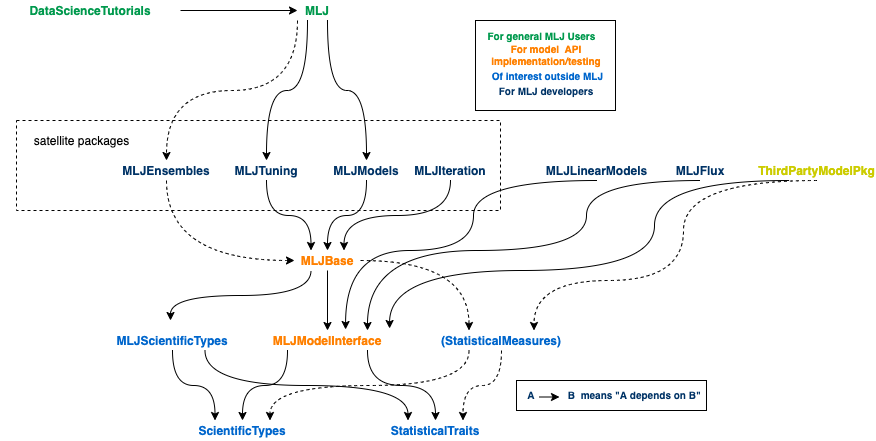
Above: material/MLJ_stack.png in JuliaAI/MLJ.jl (draw.io), before the change. Source tidied: cells renumbered, new cells last; positions are measured from the earlier drawing's top-left corner, leaving out a move shared by most shapes.
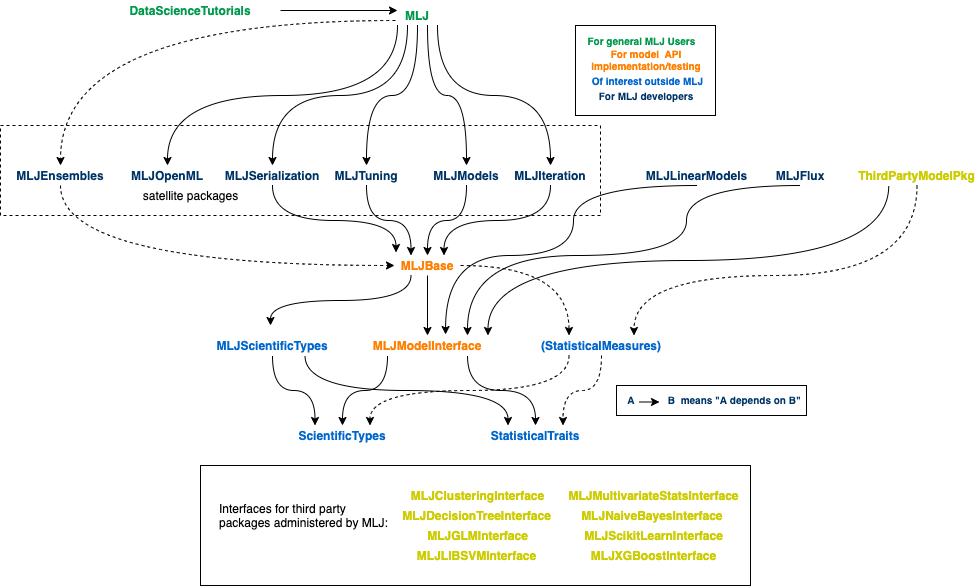
The same file after the commit.

Commit message:
update MLJ_stack images

Diff of the diagram source:
```diff
@@ -2,8 +2,11 @@
   <root>
     <mxCell id="0" />
     <mxCell id="1" parent="0" />
+    <mxCell id="52" style="rounded=0;whiteSpace=wrap;html=1;align=left;" parent="1" vertex="1">
+      <mxGeometry x="100" y="460" width="550" height="120" as="geometry" />
+    </mxCell>
     <mxCell id="2" style="rounded=0;whiteSpace=wrap;html=1;fillColor=none;dashed=1;strokeColor=#000000;" parent="1" vertex="1">
-      <mxGeometry x="16" y="120" width="484" height="90" as="geometry" />
+      <mxGeometry x="-100" y="120" width="600" height="90" as="geometry" />
     </mxCell>
     <mxCell id="3" value="&lt;b&gt;&lt;font color=&quot;#ff8000&quot;&gt;MLJModelInterface&lt;/font&gt;&lt;/b&gt;" style="text;html=1;strokeColor=none;fillColor=none;align=center;verticalAlign=middle;whiteSpace=wrap;rounded=0;comic=1;" parent="1" vertex="1">
       <mxGeometry x="247" y="330" width="160" height="20" as="geometry" />
@@ -54,34 +57,38 @@
     <mxCell id="16" value="&lt;b&gt;&lt;font color=&quot;#003366&quot;&gt;MLJLinearModels&lt;/font&gt;&lt;/b&gt;" style="text;html=1;strokeColor=none;fillColor=none;align=center;verticalAlign=middle;whiteSpace=wrap;rounded=0;comic=1;" parent="1" vertex="1">
       <mxGeometry x="540" y="160" width="113" height="20" as="geometry" />
     </mxCell>
-    <mxCell id="17" style="edgeStyle=orthogonalEdgeStyle;curved=1;rounded=0;jettySize=auto;html=1;exitX=0.25;exitY=1;exitDx=0;exitDy=0;entryX=0.888;entryY=-0.1;entryDx=0;entryDy=0;entryPerimeter=0;fontSize=10;" parent="1" edge="1" source="19" target="3">
-      <mxGeometry relative="1" as="geometry">
-        <Array as="points">
-          <mxPoint x="654" y="270" />
-          <mxPoint x="389" y="270" />
-        </Array>
-      </mxGeometry>
+    <mxCell id="17" style="edgeStyle=orthogonalEdgeStyle;curved=1;rounded=0;jettySize=auto;html=1;exitX=0.25;exitY=1;exitDx=0;exitDy=0;entryX=0.878;entryY=0;entryDx=0;entryDy=0;entryPerimeter=0;" parent="1" edge="1" source="19" target="3">
+      <mxGeometry relative="1" as="geometry" />
     </mxCell>
-    <mxCell id="18" style="edgeStyle=orthogonalEdgeStyle;curved=1;rounded=0;jettySize=auto;html=1;exitX=0.5;exitY=1;exitDx=0;exitDy=0;entryX=0.75;entryY=0;entryDx=0;entryDy=0;dashed=1;fontSize=10;" parent="1" edge="1" source="19" target="26">
+    <mxCell id="18" style="edgeStyle=orthogonalEdgeStyle;curved=1;rounded=0;jettySize=auto;html=1;exitX=0.5;exitY=1;exitDx=0;exitDy=0;entryX=0.75;entryY=0;entryDx=0;entryDy=0;dashed=1;" parent="1" edge="1" source="19" target="26">
       <mxGeometry relative="1" as="geometry">
         <Array as="points">
-          <mxPoint x="683" y="280" />
-          <mxPoint x="534" y="280" />
+          <mxPoint x="817" y="270" />
+          <mxPoint x="534" y="270" />
         </Array>
       </mxGeometry>
     </mxCell>
     <mxCell id="19" value="&lt;b&gt;&lt;font color=&quot;#cccc00&quot;&gt;ThirdPartyModelPkg&lt;/font&gt;&lt;/b&gt;" style="text;html=1;strokeColor=none;fillColor=none;align=center;verticalAlign=middle;whiteSpace=wrap;rounded=0;comic=1;" parent="1" vertex="1">
       <mxGeometry x="760" y="160" width="113" height="20" as="geometry" />
     </mxCell>
-    <mxCell id="20" style="edgeStyle=orthogonalEdgeStyle;curved=1;rounded=0;jettySize=auto;html=1;exitX=0.25;exitY=1;exitDx=0;exitDy=0;entryX=0.5;entryY=0;entryDx=0;entryDy=0;" parent="1" edge="1" source="23" target="12">
+    <mxCell id="20" style="edgeStyle=orthogonalEdgeStyle;curved=1;rounded=0;jettySize=auto;html=1;exitX=0.5;exitY=1;exitDx=0;exitDy=0;entryX=0.5;entryY=0;entryDx=0;entryDy=0;" parent="1" edge="1" source="23" target="12">
       <mxGeometry relative="1" as="geometry" />
     </mxCell>
-    <mxCell id="21" style="edgeStyle=orthogonalEdgeStyle;curved=1;rounded=0;jettySize=auto;html=1;exitX=0;exitY=1;exitDx=0;exitDy=0;entryX=0.5;entryY=0;entryDx=0;entryDy=0;dashed=1;" parent="1" edge="1" source="23" target="28">
+    <mxCell id="21" style="edgeStyle=orthogonalEdgeStyle;curved=1;rounded=0;jettySize=auto;html=1;exitX=-0.05;exitY=0.75;exitDx=0;exitDy=0;entryX=0.5;entryY=0;entryDx=0;entryDy=0;dashed=1;exitPerimeter=0;" parent="1" edge="1" source="23" target="28">
       <mxGeometry relative="1" as="geometry" />
     </mxCell>
     <mxCell id="22" style="edgeStyle=orthogonalEdgeStyle;curved=1;rounded=0;jettySize=auto;html=1;exitX=0.75;exitY=1;exitDx=0;exitDy=0;entryX=0.5;entryY=0;entryDx=0;entryDy=0;" parent="1" edge="1" source="23" target="14">
       <mxGeometry relative="1" as="geometry" />
     </mxCell>
+    <mxCell id="53" style="edgeStyle=orthogonalEdgeStyle;rounded=0;jettySize=auto;html=1;exitX=1;exitY=1;exitDx=0;exitDy=0;entryX=0.5;entryY=0;entryDx=0;entryDy=0;curved=1;" parent="1" edge="1" source="23" target="51">
+      <mxGeometry relative="1" as="geometry" />
+    </mxCell>
+    <mxCell id="54" style="edgeStyle=orthogonalEdgeStyle;curved=1;rounded=0;jettySize=auto;html=1;exitX=0;exitY=1;exitDx=0;exitDy=0;entryX=0.5;entryY=0;entryDx=0;entryDy=0;" parent="1" edge="1" source="23" target="56">
+      <mxGeometry relative="1" as="geometry" />
+    </mxCell>
+    <mxCell id="55" style="edgeStyle=orthogonalEdgeStyle;curved=1;rounded=0;jettySize=auto;html=1;exitX=0.25;exitY=1;exitDx=0;exitDy=0;" parent="1" edge="1" source="23" target="58">
+      <mxGeometry relative="1" as="geometry" />
+    </mxCell>
     <mxCell id="23" value="&lt;b&gt;&lt;font color=&quot;#00994d&quot;&gt;MLJ&lt;/font&gt;&lt;/b&gt;" style="text;html=1;strokeColor=none;fillColor=none;align=center;verticalAlign=middle;whiteSpace=wrap;rounded=0;comic=1;" parent="1" vertex="1">
       <mxGeometry x="297" width="40" height="20" as="geometry" />
     </mxCell>
@@ -98,13 +105,13 @@
       <mxGeometry relative="1" as="geometry" />
     </mxCell>
     <mxCell id="28" value="&lt;b&gt;&lt;font color=&quot;#003366&quot;&gt;MLJEnsembles&lt;/font&gt;&lt;/b&gt;" style="text;html=1;strokeColor=none;fillColor=none;align=center;verticalAlign=middle;whiteSpace=wrap;rounded=0;comic=1;" parent="1" vertex="1">
-      <mxGeometry x="126" y="160" width="80" height="20" as="geometry" />
+      <mxGeometry x="-80" y="160" width="80" height="20" as="geometry" />
     </mxCell>
-    <mxCell id="29" style="edgeStyle=orthogonalEdgeStyle;curved=1;rounded=0;jettySize=auto;html=1;exitX=1;exitY=0.5;exitDx=0;exitDy=0;entryX=0;entryY=0.5;entryDx=0;entryDy=0;" parent="1" edge="1" source="30" target="23">
+    <mxCell id="29" style="edgeStyle=orthogonalEdgeStyle;curved=1;rounded=0;jettySize=auto;html=1;exitX=1;exitY=0.5;exitDx=0;exitDy=0;entryX=0;entryY=0.25;entryDx=0;entryDy=0;" parent="1" edge="1" source="30" target="23">
       <mxGeometry relative="1" as="geometry" />
     </mxCell>
     <mxCell id="30" value="&lt;b&gt;&lt;font color=&quot;#00994d&quot;&gt;DataScienceTutorials&lt;br&gt;&lt;/font&gt;&lt;/b&gt;" style="text;html=1;strokeColor=none;fillColor=none;align=center;verticalAlign=middle;whiteSpace=wrap;rounded=0;comic=1;" parent="1" vertex="1">
-      <mxGeometry width="180" height="20" as="geometry" />
+      <mxGeometry y="-5" width="180" height="20" as="geometry" />
     </mxCell>
     <mxCell id="31" style="edgeStyle=orthogonalEdgeStyle;curved=1;rounded=0;jettySize=auto;html=1;exitX=0.5;exitY=1;exitDx=0;exitDy=0;entryX=0.75;entryY=0;entryDx=0;entryDy=0;" parent="1" edge="1" source="32" target="3">
       <mxGeometry relative="1" as="geometry">
@@ -118,7 +125,7 @@
       <mxGeometry x="650" y="160" width="100" height="20" as="geometry" />
     </mxCell>
     <mxCell id="33" value="satellite packages" style="text;html=1;align=center;verticalAlign=middle;" parent="1" vertex="1">
-      <mxGeometry x="26" y="130" width="110" height="20" as="geometry" />
+      <mxGeometry x="35" y="180" width="110" height="20" as="geometry" />
     </mxCell>
     <mxCell id="34" style="group;" parent="1" vertex="1">
       <mxGeometry x="516" y="380" width="190" height="30" as="geometry" />
@@ -177,5 +184,41 @@
     <mxCell id="51" value="&lt;b&gt;&lt;font color=&quot;#003366&quot;&gt;MLJIteration&lt;/font&gt;&lt;/b&gt;" style="text;html=1;strokeColor=none;fillColor=none;align=center;verticalAlign=middle;whiteSpace=wrap;rounded=0;comic=1;" parent="1" vertex="1">
       <mxGeometry x="400" y="160" width="100" height="20" as="geometry" />
     </mxCell>
+    <mxCell id="56" value="&lt;b&gt;&lt;font color=&quot;#003366&quot;&gt;MLJOpenML&lt;br&gt;&lt;/font&gt;&lt;/b&gt;" style="text;html=1;strokeColor=none;fillColor=none;align=center;verticalAlign=middle;whiteSpace=wrap;rounded=0;comic=1;" parent="1" vertex="1">
+      <mxGeometry x="27" y="160" width="80" height="20" as="geometry" />
+    </mxCell>
+    <mxCell id="57" style="edgeStyle=orthogonalEdgeStyle;curved=1;rounded=0;jettySize=auto;html=1;exitX=0.5;exitY=1;exitDx=0;exitDy=0;entryX=0.023;entryY=-0.15;entryDx=0;entryDy=0;entryPerimeter=0;" parent="1" edge="1" source="58" target="10">
+      <mxGeometry relative="1" as="geometry" />
+    </mxCell>
+    <mxCell id="58" value="&lt;b&gt;&lt;font color=&quot;#003366&quot;&gt;MLJSerialization&lt;br&gt;&lt;/font&gt;&lt;/b&gt;" style="text;html=1;strokeColor=none;fillColor=none;align=center;verticalAlign=middle;whiteSpace=wrap;rounded=0;comic=1;" parent="1" vertex="1">
+      <mxGeometry x="132" y="160" width="80" height="20" as="geometry" />
+    </mxCell>
+    <mxCell id="59" value="&lt;font color=&quot;#cccc00&quot;&gt;&lt;b&gt;MLJClusteringInterface&lt;/b&gt;&lt;/font&gt;" style="text;html=1;strokeColor=none;fillColor=none;align=center;verticalAlign=middle;whiteSpace=wrap;rounded=0;comic=1;" parent="1" vertex="1">
+      <mxGeometry x="320.5" y="480" width="113" height="20" as="geometry" />
+    </mxCell>
+    <mxCell id="60" value="&lt;font color=&quot;#cccc00&quot;&gt;&lt;b&gt;MLJDecisionTreeInterface&lt;/b&gt;&lt;/font&gt;" style="text;html=1;strokeColor=none;fillColor=none;align=center;verticalAlign=middle;whiteSpace=wrap;rounded=0;comic=1;" parent="1" vertex="1">
+      <mxGeometry x="320" y="500" width="113" height="20" as="geometry" />
+    </mxCell>
+    <mxCell id="61" value="&lt;font color=&quot;#cccc00&quot;&gt;&lt;b&gt;MLJGLMInterface&lt;/b&gt;&lt;/font&gt;" style="text;html=1;strokeColor=none;fillColor=none;align=center;verticalAlign=middle;whiteSpace=wrap;rounded=0;comic=1;" parent="1" vertex="1">
+      <mxGeometry x="320.5" y="520" width="113" height="20" as="geometry" />
+    </mxCell>
+    <mxCell id="62" value="&lt;font color=&quot;#cccc00&quot;&gt;&lt;b&gt;MLJLIBSVMInterface&lt;/b&gt;&lt;/font&gt;" style="text;html=1;strokeColor=none;fillColor=none;align=center;verticalAlign=middle;whiteSpace=wrap;rounded=0;comic=1;" parent="1" vertex="1">
+      <mxGeometry x="320" y="540" width="113" height="20" as="geometry" />
+    </mxCell>
+    <mxCell id="63" value="&lt;font color=&quot;#cccc00&quot;&gt;&lt;b&gt;MLJMultivariateStatsInterface&lt;/b&gt;&lt;/font&gt;" style="text;html=1;strokeColor=none;fillColor=none;align=center;verticalAlign=middle;whiteSpace=wrap;rounded=0;comic=1;" parent="1" vertex="1">
+      <mxGeometry x="496.5" y="480" width="113" height="20" as="geometry" />
+    </mxCell>
+    <mxCell id="64" value="&lt;font color=&quot;#cccc00&quot;&gt;&lt;b&gt;MLJNaiveBayesInterface&amp;nbsp;&lt;/b&gt;&lt;/font&gt;" style="text;html=1;strokeColor=none;fillColor=none;align=center;verticalAlign=middle;whiteSpace=wrap;rounded=0;comic=1;" parent="1" vertex="1">
+      <mxGeometry x="496.5" y="500" width="113" height="20" as="geometry" />
+    </mxCell>
+    <mxCell id="65" value="&lt;font color=&quot;#cccc00&quot;&gt;&lt;b&gt;MLJScikitLearnInterface&lt;/b&gt;&lt;/font&gt;" style="text;html=1;strokeColor=none;fillColor=none;align=center;verticalAlign=middle;whiteSpace=wrap;rounded=0;comic=1;" parent="1" vertex="1">
+      <mxGeometry x="496.5" y="520" width="113" height="20" as="geometry" />
+    </mxCell>
+    <mxCell id="66" value="&lt;font color=&quot;#cccc00&quot;&gt;&lt;b&gt;MLJXGBoostInterface&lt;/b&gt;&lt;/font&gt;" style="text;html=1;strokeColor=none;fillColor=none;align=center;verticalAlign=middle;whiteSpace=wrap;rounded=0;comic=1;" parent="1" vertex="1">
+      <mxGeometry x="496.5" y="540" width="113" height="20" as="geometry" />
+    </mxCell>
+    <mxCell id="67" value="Interfaces for third party &lt;br&gt;&lt;div&gt;&lt;span&gt;packages administered by MLJ:&lt;/span&gt;&lt;/div&gt;" style="text;html=1;align=left;verticalAlign=middle;" parent="1" vertex="1">
+      <mxGeometry x="117" y="495" width="180" height="30" as="geometry" />
+    </mxCell>
   </root>
 </mxGraphModel>
```
